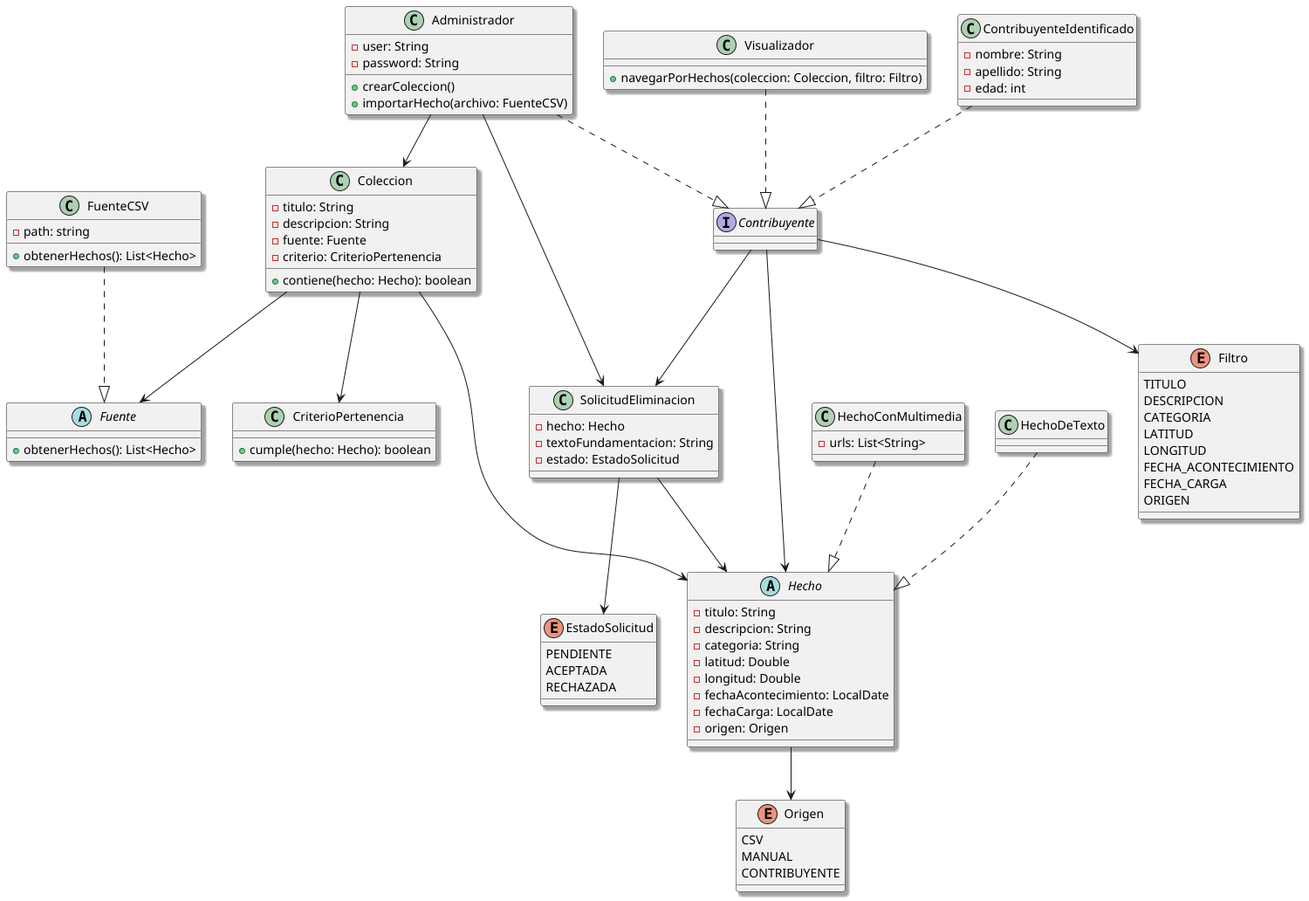
The PlantUML diagram Diagramas/classDiagram.png in ValentinVilla/tpa-diseno-sistemas-2025, before a commit.
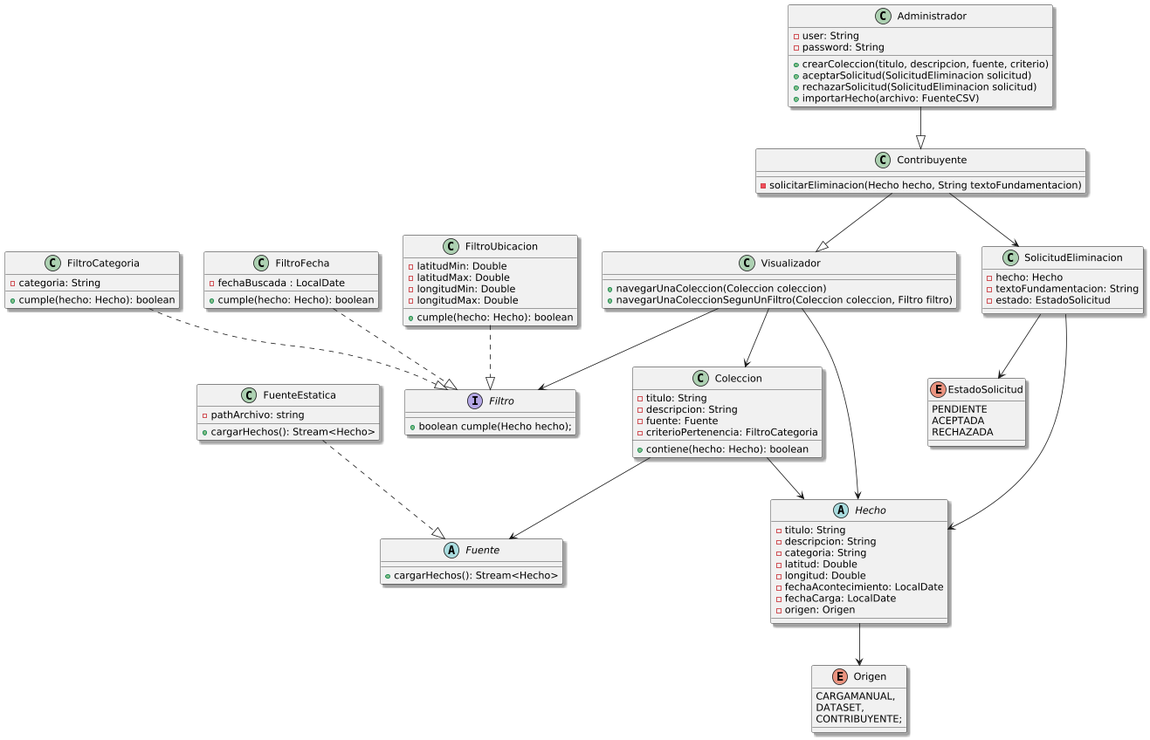
After the commit.

The edit, as a diff of the source:
```diff
@@ -1,42 +1,36 @@
 @startuml
-
-
-
 skinparam shadowing true
-
 
 class Coleccion {
   - titulo: String
   - descripcion: String
   - fuente: Fuente
-  - criterio: CriterioPertenencia
+  - criterioPertenencia: FiltroCategoria
   + contiene(hecho: Hecho): boolean
 }
 
 class Administrador {
   - user: String
   - password: String
-  + crearColeccion()
+  + crearColeccion(titulo, descripcion, fuente, criterio)
+  + aceptarSolicitud(SolicitudEliminacion solicitud)
+  + rechazarSolicitud(SolicitudEliminacion solicitud)
   + importarHecho(archivo: FuenteCSV)
 }
 
 enum Origen {
-  CSV
-  MANUAL
-  CONTRIBUYENTE
-}
-
-class CriterioPertenencia {
-  + cumple(hecho: Hecho): boolean
+  CARGAMANUAL,
+  DATASET,
+  CONTRIBUYENTE;
 }
 
 abstract class Fuente {
-  + obtenerHechos(): List<Hecho>
+  + cargarHechos(): Stream<Hecho>
 }
 
-class FuenteCSV {
-  - path: string
-  + obtenerHechos(): List<Hecho>
+class FuenteEstatica {
+  - pathArchivo: string
+  + cargarHechos(): Stream<Hecho>
 }
 class SolicitudEliminacion {
   - hecho: Hecho
@@ -49,27 +43,36 @@
   ACEPTADA
   RECHAZADA
 }
-interface Contribuyente{}
 
-class ContribuyenteIdentificado {
-  - nombre: String
-  - apellido: String
-  - edad: int
+class Contribuyente {
+   - solicitarEliminacion(Hecho hecho, String textoFundamentacion)
+ }
+
+class Visualizador {
+  + navegarUnaColeccion(Coleccion coleccion)
+  + navegarUnaColeccionSegunUnFiltro(Coleccion coleccion, Filtro filtro)
 }
 
-class Visualizador {
-  + navegarPorHechos(coleccion: Coleccion, filtro: Filtro)
+interface Filtro {
+  +boolean cumple(Hecho hecho);
+ }
+
+class FiltroCategoria {
+- categoria: String
++ cumple(hecho: Hecho): boolean
 }
 
-enum Filtro {
-  TITULO
-  DESCRIPCION
-  CATEGORIA
-  LATITUD
-  LONGITUD
-  FECHA_ACONTECIMIENTO
-  FECHA_CARGA
-  ORIGEN
+class FiltroFecha {
+  - fechaBuscada : LocalDate
+  + cumple(hecho: Hecho): boolean
+}
+
+class FiltroUbicacion {
+  -latitudMin: Double
+  -latitudMax: Double
+  -longitudMin: Double
+  -longitudMax: Double
+  +cumple(hecho: Hecho): boolean
 }
 
 abstract class Hecho {
@@ -83,34 +86,26 @@
   - origen: Origen
 }
 
-class HechoConMultimedia {
-  - urls: List<String>
-}
-
-class HechoDeTexto{}
-
-
-Administrador --> Coleccion
-Administrador --> SolicitudEliminacion
-Administrador ..|> Contribuyente
-
 Coleccion --> Hecho
 Coleccion --> Fuente
-Coleccion --> CriterioPertenencia
 
 Hecho --> Origen
-HechoConMultimedia ..|> Hecho
-HechoDeTexto ..|> Hecho
 
-FuenteCSV ..|> Fuente
+FuenteEstatica ..|> Fuente
 
-Contribuyente --> Hecho
+Visualizador --> Hecho
+Visualizador --> Filtro
+Visualizador --> Coleccion
 Contribuyente --> SolicitudEliminacion
-Contribuyente --> Filtro
-ContribuyenteIdentificado ..|> Contribuyente
-Visualizador ..|> Contribuyente
+
+Contribuyente --|> Visualizador
+Administrador --|> Contribuyente
 
 SolicitudEliminacion --> Hecho
 SolicitudEliminacion --> EstadoSolicitud
 
+FiltroCategoria ..|> Filtro
+FiltroFecha ..|> Filtro
+FiltroUbicacion ..|> Filtro
+
 @enduml
```
